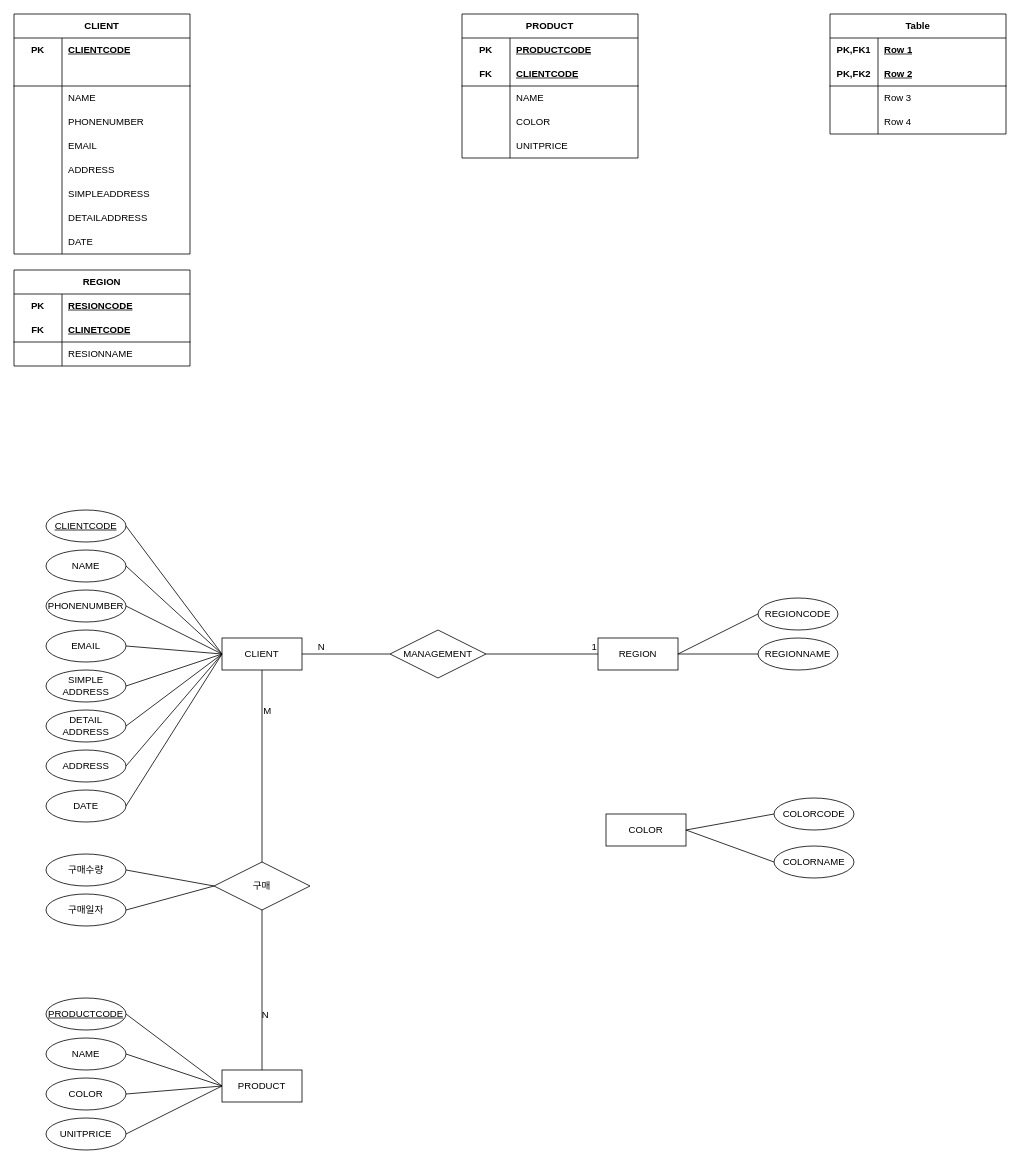
Earlier version of the draw.io diagram online EC platform.drawio (kkcf0123/oracleSource1). Source tidied: cells renumbered, new cells numbered last; positions are measured from the earlier drawing's top-left corner, leaving out a move shared by most shapes. Both pictures are drawn from the tidied source at 80%, with x=0, y=0 at pixel (14, 14).
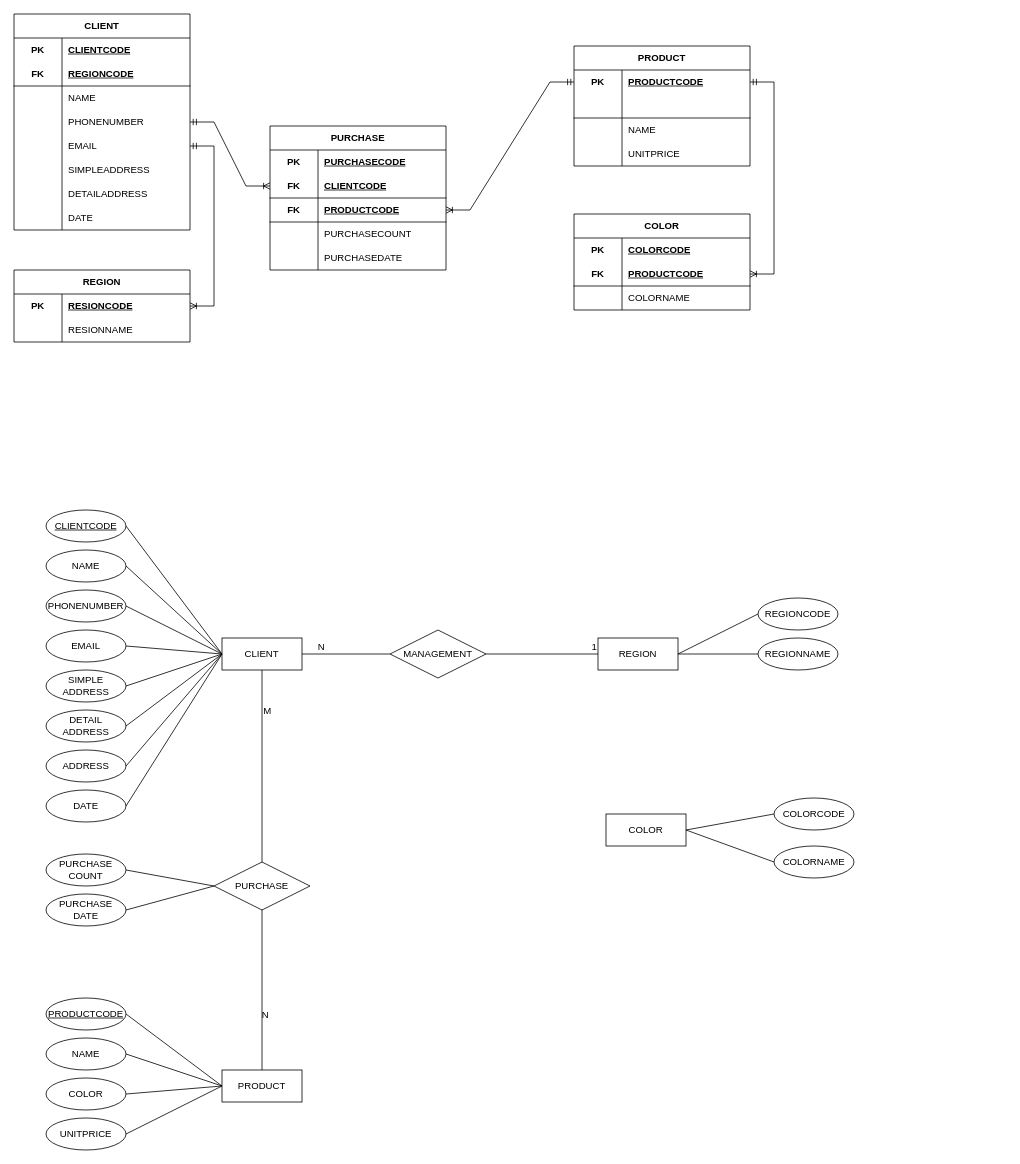
Above is the later version.

The change refers to these unchanged cells:
```xml
<mxCell id="6" style="shape=tableRow;horizontal=0;startSize=0;swimlaneHead=0;swimlaneBody=0;fillColor=none;top=0;left=0;right=0;bottom=1;html=1;" parent="2" vertex="1">
  <mxGeometry y="60" width="220" height="30" as="geometry" />
</mxCell>
<mxCell id="12" style="shape=tableRow;horizontal=0;startSize=0;swimlaneHead=0;swimlaneBody=0;fillColor=none;points=[[0,0.5],[1,0.5]];portConstraint=eastwest;top=0;left=0;right=0;bottom=0;html=1;" parent="2" vertex="1">
  <mxGeometry y="120" width="220" height="30" as="geometry" />
</mxCell>
<mxCell id="15" style="shape=tableRow;horizontal=0;startSize=0;swimlaneHead=0;swimlaneBody=0;fillColor=none;points=[[0,0.5],[1,0.5]];portConstraint=eastwest;top=0;left=0;right=0;bottom=0;html=1;" parent="2" vertex="1">
  <mxGeometry y="150" width="220" height="30" as="geometry" />
</mxCell>
<mxCell id="31" style="shape=tableRow;horizontal=0;startSize=0;swimlaneHead=0;swimlaneBody=0;fillColor=none;points=[[0,0.5],[1,0.5]];portConstraint=eastwest;top=0;left=0;right=0;bottom=0;html=1;" parent="30" vertex="1">
  <mxGeometry y="30" width="220" height="30" as="geometry" />
</mxCell>
<mxCell id="34" style="shape=tableRow;horizontal=0;startSize=0;swimlaneHead=0;swimlaneBody=0;fillColor=none;top=0;left=0;right=0;bottom=1;html=1;" parent="30" vertex="1">
  <mxGeometry y="60" width="220" height="30" as="geometry" />
</mxCell>
<mxCell id="109" style="shape=tableRow;horizontal=0;startSize=0;swimlaneHead=0;swimlaneBody=0;fillColor=none;points=[[0,0.5],[1,0.5]];portConstraint=eastwest;top=0;left=0;right=0;bottom=0;html=1;" parent="108" vertex="1">
  <mxGeometry y="30" width="220" height="30" as="geometry" />
</mxCell>
```

Diff of the diagram source:
```diff
@@
     <mxCell id="2" value="CLIENT" style="shape=table;startSize=30;childLayout=tableLayout;rowLines=0;fontStyle=1;align=center;html=1;whiteSpace=wrap;" parent="1" vertex="1">
-      <mxGeometry width="220" height="300" as="geometry" />
+      <mxGeometry width="220" height="270" as="geometry" />
     </mxCell>
@@
-    <mxCell id="7" style="shape=partialRectangle;fillColor=none;top=0;left=0;bottom=0;right=0;fontStyle=1;overflow=hidden;html=1;whiteSpace=wrap;" parent="6" vertex="1">
+    <mxCell id="7" value="FK" style="shape=partialRectangle;fillColor=none;top=0;left=0;bottom=0;right=0;fontStyle=1;overflow=hidden;html=1;whiteSpace=wrap;" parent="6" vertex="1">
       <mxGeometry width="60" height="30" as="geometry" />
     </mxCell>
-    <mxCell id="8" style="shape=partialRectangle;fillColor=none;top=0;left=0;bottom=0;right=0;align=left;spacingLeft=6;fontStyle=5;overflow=hidden;html=1;whiteSpace=wrap;" parent="6" vertex="1">
+    <mxCell id="8" value="REGIONCODE" style="shape=partialRectangle;fillColor=none;top=0;left=0;bottom=0;right=0;align=left;spacingLeft=6;fontStyle=5;overflow=hidden;html=1;whiteSpace=wrap;" parent="6" vertex="1">
       <mxGeometry x="60" width="160" height="30" as="geometry" />
     </mxCell>
@@
-    <mxCell id="18" style="shape=tableRow;horizontal=0;startSize=0;swimlaneHead=0;swimlaneBody=0;fillColor=none;top=0;left=0;right=0;bottom=0;html=1;" parent="2" vertex="1">
-      <mxGeometry y="180" width="220" height="30" as="geometry" />
-    </mxCell>
-    <mxCell id="19" style="shape=partialRectangle;fillColor=none;top=0;left=0;bottom=0;right=0;overflow=hidden;html=1;whiteSpace=wrap;" parent="18" vertex="1">
-      <mxGeometry width="60" height="30" as="geometry" />
-    </mxCell>
-    <mxCell id="20" value="ADDRESS" style="shape=partialRectangle;fillColor=none;top=0;left=0;bottom=0;right=0;align=left;spacingLeft=6;overflow=hidden;html=1;whiteSpace=wrap;" parent="18" vertex="1">
-      <mxGeometry x="60" width="160" height="30" as="geometry" />
-    </mxCell>
     <mxCell id="21" style="shape=tableRow;horizontal=0;startSize=0;swimlaneHead=0;swimlaneBody=0;fillColor=none;top=0;left=0;right=0;bottom=0;html=1;" parent="2" vertex="1">
-      <mxGeometry y="210" width="220" height="30" as="geometry" />
+      <mxGeometry y="180" width="220" height="30" as="geometry" />
     </mxCell>
@@
     <mxCell id="24" style="shape=tableRow;horizontal=0;startSize=0;swimlaneHead=0;swimlaneBody=0;fillColor=none;top=0;left=0;right=0;bottom=0;html=1;" parent="2" vertex="1">
-      <mxGeometry y="240" width="220" height="30" as="geometry" />
+      <mxGeometry y="210" width="220" height="30" as="geometry" />
     </mxCell>
@@
     <mxCell id="27" style="shape=tableRow;horizontal=0;startSize=0;swimlaneHead=0;swimlaneBody=0;fillColor=none;top=0;left=0;right=0;bottom=0;html=1;" parent="2" vertex="1">
-      <mxGeometry y="270" width="220" height="30" as="geometry" />
+      <mxGeometry y="240" width="220" height="30" as="geometry" />
     </mxCell>
@@
     <mxCell id="30" value="PRODUCT" style="shape=table;startSize=30;childLayout=tableLayout;rowLines=0;fontStyle=1;align=center;html=1;whiteSpace=wrap;" parent="1" vertex="1">
-      <mxGeometry x="560" width="220" height="180" as="geometry" />
+      <mxGeometry x="700" y="40" width="220" height="150" as="geometry" />
     </mxCell>
@@
-    <mxCell id="35" value="FK" style="shape=partialRectangle;fillColor=none;top=0;left=0;bottom=0;right=0;fontStyle=1;overflow=hidden;html=1;whiteSpace=wrap;" parent="34" vertex="1">
+    <mxCell id="35" style="shape=partialRectangle;fillColor=none;top=0;left=0;bottom=0;right=0;fontStyle=1;overflow=hidden;html=1;whiteSpace=wrap;" parent="34" vertex="1">
       <mxGeometry width="60" height="30" as="geometry" />
     </mxCell>
-    <mxCell id="36" value="CLIENTCODE" style="shape=partialRectangle;fillColor=none;top=0;left=0;bottom=0;right=0;align=left;spacingLeft=6;fontStyle=5;overflow=hidden;html=1;whiteSpace=wrap;" parent="34" vertex="1">
+    <mxCell id="36" style="shape=partialRectangle;fillColor=none;top=0;left=0;bottom=0;right=0;align=left;spacingLeft=6;fontStyle=5;overflow=hidden;html=1;whiteSpace=wrap;" parent="34" vertex="1">
       <mxGeometry x="60" width="160" height="30" as="geometry" />
     </mxCell>
@@
-    <mxCell id="40" style="shape=tableRow;horizontal=0;startSize=0;swimlaneHead=0;swimlaneBody=0;fillColor=none;top=0;left=0;right=0;bottom=0;html=1;" parent="30" vertex="1">
-      <mxGeometry y="120" width="220" height="30" as="geometry" />
-    </mxCell>
-    <mxCell id="41" style="shape=partialRectangle;fillColor=none;top=0;left=0;bottom=0;right=0;overflow=hidden;html=1;whiteSpace=wrap;" parent="40" vertex="1">
-      <mxGeometry width="60" height="30" as="geometry" />
-    </mxCell>
-    <mxCell id="42" value="COLOR" style="shape=partialRectangle;fillColor=none;top=0;left=0;bottom=0;right=0;align=left;spacingLeft=6;overflow=hidden;html=1;whiteSpace=wrap;" parent="40" vertex="1">
-      <mxGeometry x="60" width="160" height="30" as="geometry" />
-    </mxCell>
     <mxCell id="43" style="shape=tableRow;horizontal=0;startSize=0;swimlaneHead=0;swimlaneBody=0;fillColor=none;top=0;left=0;right=0;bottom=0;html=1;" parent="30" vertex="1">
-      <mxGeometry y="150" width="220" height="30" as="geometry" />
+      <mxGeometry y="120" width="220" height="30" as="geometry" />
     </mxCell>
@@
-    <mxCell id="46" value="Table" style="shape=table;startSize=30;childLayout=tableLayout;rowLines=0;fontStyle=1;align=center;html=1;whiteSpace=wrap;" parent="1" vertex="1">
-      <mxGeometry x="1020" width="220" height="150" as="geometry" />
-    </mxCell>
-    <mxCell id="47" style="shape=tableRow;horizontal=0;startSize=0;swimlaneHead=0;swimlaneBody=0;fillColor=none;top=0;left=0;right=0;bottom=0;html=1;" parent="46" vertex="1">
-      <mxGeometry y="30" width="220" height="30" as="geometry" />
-    </mxCell>
-    <mxCell id="48" value="PK,FK1" style="shape=partialRectangle;fillColor=none;top=0;left=0;bottom=0;right=0;fontStyle=1;overflow=hidden;html=1;whiteSpace=wrap;" parent="47" vertex="1">
-      <mxGeometry width="60" height="30" as="geometry" />
-    </mxCell>
-    <mxCell id="49" value="Row 1" style="shape=partialRectangle;fillColor=none;top=0;left=0;bottom=0;right=0;align=left;spacingLeft=6;fontStyle=5;overflow=hidden;html=1;whiteSpace=wrap;" parent="47" vertex="1">
-      <mxGeometry x="60" width="160" height="30" as="geometry" />
-    </mxCell>
-    <mxCell id="50" style="shape=tableRow;horizontal=0;startSize=0;swimlaneHead=0;swimlaneBody=0;fillColor=none;top=0;left=0;right=0;bottom=1;html=1;" parent="46" vertex="1">
-      <mxGeometry y="60" width="220" height="30" as="geometry" />
-    </mxCell>
-    <mxCell id="51" value="PK,FK2" style="shape=partialRectangle;fillColor=none;top=0;left=0;bottom=0;right=0;fontStyle=1;overflow=hidden;html=1;whiteSpace=wrap;" parent="50" vertex="1">
-      <mxGeometry width="60" height="30" as="geometry" />
-    </mxCell>
-    <mxCell id="52" value="Row 2" style="shape=partialRectangle;fillColor=none;top=0;left=0;bottom=0;right=0;align=left;spacingLeft=6;fontStyle=5;overflow=hidden;html=1;whiteSpace=wrap;" parent="50" vertex="1">
-      <mxGeometry x="60" width="160" height="30" as="geometry" />
-    </mxCell>
-    <mxCell id="53" style="shape=tableRow;horizontal=0;startSize=0;swimlaneHead=0;swimlaneBody=0;fillColor=none;top=0;left=0;right=0;bottom=0;html=1;" parent="46" vertex="1">
-      <mxGeometry y="90" width="220" height="30" as="geometry" />
-    </mxCell>
-    <mxCell id="54" style="shape=partialRectangle;fillColor=none;top=0;left=0;bottom=0;right=0;overflow=hidden;html=1;whiteSpace=wrap;" parent="53" vertex="1">
-      <mxGeometry width="60" height="30" as="geometry" />
-    </mxCell>
-    <mxCell id="55" value="Row 3" style="shape=partialRectangle;fillColor=none;top=0;left=0;bottom=0;right=0;align=left;spacingLeft=6;overflow=hidden;html=1;whiteSpace=wrap;" parent="53" vertex="1">
-      <mxGeometry x="60" width="160" height="30" as="geometry" />
-    </mxCell>
-    <mxCell id="56" style="shape=tableRow;horizontal=0;startSize=0;swimlaneHead=0;swimlaneBody=0;fillColor=none;top=0;left=0;right=0;bottom=0;html=1;" parent="46" vertex="1">
-      <mxGeometry y="120" width="220" height="30" as="geometry" />
-    </mxCell>
-    <mxCell id="57" style="shape=partialRectangle;fillColor=none;top=0;left=0;bottom=0;right=0;overflow=hidden;html=1;whiteSpace=wrap;" parent="56" vertex="1">
-      <mxGeometry width="60" height="30" as="geometry" />
-    </mxCell>
-    <mxCell id="58" value="Row 4" style="shape=partialRectangle;fillColor=none;top=0;left=0;bottom=0;right=0;align=left;spacingLeft=6;overflow=hidden;html=1;whiteSpace=wrap;" parent="56" vertex="1">
-      <mxGeometry x="60" width="160" height="30" as="geometry" />
-    </mxCell>
@@
-    <mxCell id="103" value="구매" style="shape=rhombus;perimeter=rhombusPerimeter;whiteSpace=wrap;html=1;align=center;" parent="1" vertex="1">
+    <mxCell id="103" value="PURCHASE" style="shape=rhombus;perimeter=rhombusPerimeter;whiteSpace=wrap;html=1;align=center;" parent="1" vertex="1">
       <mxGeometry x="250" y="1060" width="120" height="60" as="geometry" />
     </mxCell>
-    <mxCell id="104" value="구매일자" style="ellipse;whiteSpace=wrap;html=1;align=center;" parent="1" vertex="1">
+    <mxCell id="104" value="PURCHASE&lt;br&gt;DATE" style="ellipse;whiteSpace=wrap;html=1;align=center;" parent="1" vertex="1">
       <mxGeometry x="40" y="1100" width="100" height="40" as="geometry" />
     </mxCell>
-    <mxCell id="105" value="구매수량" style="ellipse;whiteSpace=wrap;html=1;align=center;" parent="1" vertex="1">
+    <mxCell id="105" value="PURCHASE&lt;br&gt;COUNT" style="ellipse;whiteSpace=wrap;html=1;align=center;" parent="1" vertex="1">
       <mxGeometry x="40" y="1050" width="100" height="40" as="geometry" />
     </mxCell>
@@
     <mxCell id="108" value="REGION" style="shape=table;startSize=30;childLayout=tableLayout;rowLines=0;fontStyle=1;align=center;html=1;whiteSpace=wrap;" parent="1" vertex="1">
-      <mxGeometry y="320" width="220" height="120" as="geometry" />
+      <mxGeometry y="320" width="220" height="90" as="geometry" />
     </mxCell>
@@
-    <mxCell id="112" style="shape=tableRow;horizontal=0;startSize=0;swimlaneHead=0;swimlaneBody=0;fillColor=none;top=0;left=0;right=0;bottom=1;html=1;" parent="108" vertex="1">
-      <mxGeometry y="60" width="220" height="30" as="geometry" />
-    </mxCell>
-    <mxCell id="113" value="FK" style="shape=partialRectangle;fillColor=none;top=0;left=0;bottom=0;right=0;fontStyle=1;overflow=hidden;html=1;whiteSpace=wrap;" parent="112" vertex="1">
-      <mxGeometry width="60" height="30" as="geometry" />
-    </mxCell>
-    <mxCell id="114" value="CLINETCODE" style="shape=partialRectangle;fillColor=none;top=0;left=0;bottom=0;right=0;align=left;spacingLeft=6;fontStyle=5;overflow=hidden;html=1;whiteSpace=wrap;" parent="112" vertex="1">
-      <mxGeometry x="60" width="160" height="30" as="geometry" />
-    </mxCell>
     <mxCell id="115" style="shape=tableRow;horizontal=0;startSize=0;swimlaneHead=0;swimlaneBody=0;fillColor=none;top=0;left=0;right=0;bottom=0;html=1;" parent="108" vertex="1">
-      <mxGeometry y="90" width="220" height="30" as="geometry" />
+      <mxGeometry y="60" width="220" height="30" as="geometry" />
     </mxCell>
@@
+    <mxCell id="42" value="COLOR" style="shape=table;startSize=30;childLayout=tableLayout;rowLines=0;fontStyle=1;align=center;html=1;whiteSpace=wrap;" parent="1" vertex="1">
+      <mxGeometry x="700" y="250" width="220" height="120" as="geometry" />
+    </mxCell>
+    <mxCell id="118" style="shape=tableRow;horizontal=0;startSize=0;swimlaneHead=0;swimlaneBody=0;fillColor=none;top=0;left=0;right=0;bottom=0;html=1;" parent="42" vertex="1">
+      <mxGeometry y="30" width="220" height="30" as="geometry" />
+    </mxCell>
+    <mxCell id="119" value="PK" style="shape=partialRectangle;fillColor=none;top=0;left=0;bottom=0;right=0;fontStyle=1;overflow=hidden;html=1;whiteSpace=wrap;" parent="118" vertex="1">
+      <mxGeometry width="60" height="30" as="geometry" />
+    </mxCell>
+    <mxCell id="120" value="COLORCODE" style="shape=partialRectangle;fillColor=none;top=0;left=0;bottom=0;right=0;align=left;spacingLeft=6;fontStyle=5;overflow=hidden;html=1;whiteSpace=wrap;" parent="118" vertex="1">
+      <mxGeometry x="60" width="160" height="30" as="geometry" />
+    </mxCell>
+    <mxCell id="121" style="shape=tableRow;horizontal=0;startSize=0;swimlaneHead=0;swimlaneBody=0;fillColor=none;points=[[0,0.5],[1,0.5]];portConstraint=eastwest;top=0;left=0;right=0;bottom=1;html=1;" parent="42" vertex="1">
+      <mxGeometry y="60" width="220" height="30" as="geometry" />
+    </mxCell>
+    <mxCell id="122" value="FK" style="shape=partialRectangle;fillColor=none;top=0;left=0;bottom=0;right=0;fontStyle=1;overflow=hidden;html=1;whiteSpace=wrap;" parent="121" vertex="1">
+      <mxGeometry width="60" height="30" as="geometry" />
+    </mxCell>
+    <mxCell id="123" value="PRODUCTCODE" style="shape=partialRectangle;fillColor=none;top=0;left=0;bottom=0;right=0;align=left;spacingLeft=6;fontStyle=5;overflow=hidden;html=1;whiteSpace=wrap;" parent="121" vertex="1">
+      <mxGeometry x="60" width="160" height="30" as="geometry" />
+    </mxCell>
+    <mxCell id="53" style="shape=tableRow;horizontal=0;startSize=0;swimlaneHead=0;swimlaneBody=0;fillColor=none;top=0;left=0;right=0;bottom=0;html=1;" parent="42" vertex="1">
+      <mxGeometry y="90" width="220" height="30" as="geometry" />
+    </mxCell>
+    <mxCell id="124" style="shape=partialRectangle;fillColor=none;top=0;left=0;bottom=0;right=0;overflow=hidden;html=1;whiteSpace=wrap;" parent="53" vertex="1">
+      <mxGeometry width="60" height="30" as="geometry" />
+    </mxCell>
+    <mxCell id="125" value="COLORNAME" style="shape=partialRectangle;fillColor=none;top=0;left=0;bottom=0;right=0;align=left;spacingLeft=6;overflow=hidden;html=1;whiteSpace=wrap;" parent="53" vertex="1">
+      <mxGeometry x="60" width="160" height="30" as="geometry" />
+    </mxCell>
+    <mxCell id="126" value="PURCHASE" style="shape=table;startSize=30;childLayout=tableLayout;rowLines=0;fontStyle=1;align=center;html=1;whiteSpace=wrap;" parent="1" vertex="1">
+      <mxGeometry x="320" y="140" width="220" height="180" as="geometry" />
+    </mxCell>
+    <mxCell id="127" style="shape=tableRow;horizontal=0;startSize=0;swimlaneHead=0;swimlaneBody=0;fillColor=none;top=0;left=0;right=0;bottom=0;html=1;" parent="126" vertex="1">
+      <mxGeometry y="30" width="220" height="30" as="geometry" />
+    </mxCell>
+    <mxCell id="128" value="PK" style="shape=partialRectangle;fillColor=none;top=0;left=0;bottom=0;right=0;fontStyle=1;overflow=hidden;html=1;whiteSpace=wrap;" parent="127" vertex="1">
+      <mxGeometry width="60" height="30" as="geometry" />
+    </mxCell>
+    <mxCell id="129" value="PURCHASECODE" style="shape=partialRectangle;fillColor=none;top=0;left=0;bottom=0;right=0;align=left;spacingLeft=6;fontStyle=5;overflow=hidden;html=1;whiteSpace=wrap;" parent="127" vertex="1">
+      <mxGeometry x="60" width="160" height="30" as="geometry" />
+    </mxCell>
+    <mxCell id="130" style="shape=tableRow;horizontal=0;startSize=0;swimlaneHead=0;swimlaneBody=0;fillColor=none;points=[[0,0.5],[1,0.5]];portConstraint=eastwest;top=0;left=0;right=0;bottom=1;html=1;" parent="126" vertex="1">
+      <mxGeometry y="60" width="220" height="30" as="geometry" />
+    </mxCell>
+    <mxCell id="131" value="FK" style="shape=partialRectangle;fillColor=none;top=0;left=0;bottom=0;right=0;fontStyle=1;overflow=hidden;html=1;whiteSpace=wrap;" parent="130" vertex="1">
+      <mxGeometry width="60" height="30" as="geometry" />
+    </mxCell>
+    <mxCell id="132" value="CLIENTCODE" style="shape=partialRectangle;fillColor=none;top=0;left=0;bottom=0;right=0;align=left;spacingLeft=6;fontStyle=5;overflow=hidden;html=1;whiteSpace=wrap;" parent="130" vertex="1">
+      <mxGeometry x="60" width="160" height="30" as="geometry" />
+    </mxCell>
+    <mxCell id="133" style="shape=tableRow;horizontal=0;startSize=0;swimlaneHead=0;swimlaneBody=0;fillColor=none;points=[[0,0.5],[1,0.5]];portConstraint=eastwest;top=0;left=0;right=0;bottom=1;html=1;" parent="126" vertex="1">
+      <mxGeometry y="90" width="220" height="30" as="geometry" />
+    </mxCell>
+    <mxCell id="134" value="FK" style="shape=partialRectangle;fillColor=none;top=0;left=0;bottom=0;right=0;fontStyle=1;overflow=hidden;html=1;whiteSpace=wrap;" parent="133" vertex="1">
+      <mxGeometry width="60" height="30" as="geometry" />
+    </mxCell>
+    <mxCell id="135" value="PRODUCTCODE" style="shape=partialRectangle;fillColor=none;top=0;left=0;bottom=0;right=0;align=left;spacingLeft=6;fontStyle=5;overflow=hidden;html=1;whiteSpace=wrap;" parent="133" vertex="1">
+      <mxGeometry x="60" width="160" height="30" as="geometry" />
+    </mxCell>
+    <mxCell id="136" style="shape=tableRow;horizontal=0;startSize=0;swimlaneHead=0;swimlaneBody=0;fillColor=none;top=0;left=0;right=0;bottom=0;html=1;" parent="126" vertex="1">
+      <mxGeometry y="120" width="220" height="30" as="geometry" />
+    </mxCell>
+    <mxCell id="137" style="shape=partialRectangle;fillColor=none;top=0;left=0;bottom=0;right=0;overflow=hidden;html=1;whiteSpace=wrap;" parent="136" vertex="1">
+      <mxGeometry width="60" height="30" as="geometry" />
+    </mxCell>
+    <mxCell id="138" value="PURCHASECOUNT" style="shape=partialRectangle;fillColor=none;top=0;left=0;bottom=0;right=0;align=left;spacingLeft=6;overflow=hidden;html=1;whiteSpace=wrap;" parent="136" vertex="1">
+      <mxGeometry x="60" width="160" height="30" as="geometry" />
+    </mxCell>
+    <mxCell id="139" style="shape=tableRow;horizontal=0;startSize=0;swimlaneHead=0;swimlaneBody=0;fillColor=none;top=0;left=0;right=0;bottom=0;html=1;" parent="126" vertex="1">
+      <mxGeometry y="150" width="220" height="30" as="geometry" />
+    </mxCell>
+    <mxCell id="140" style="shape=partialRectangle;fillColor=none;top=0;left=0;bottom=0;right=0;overflow=hidden;html=1;whiteSpace=wrap;" parent="139" vertex="1">
+      <mxGeometry width="60" height="30" as="geometry" />
+    </mxCell>
+    <mxCell id="141" value="PURCHASEDATE" style="shape=partialRectangle;fillColor=none;top=0;left=0;bottom=0;right=0;align=left;spacingLeft=6;overflow=hidden;html=1;whiteSpace=wrap;" parent="139" vertex="1">
+      <mxGeometry x="60" width="160" height="30" as="geometry" />
+    </mxCell>
+    <mxCell id="142" style="edgeStyle=entityRelationEdgeStyle;fontSize=12;html=1;endArrow=ERoneToMany;startArrow=ERmandOne;rounded=0;exitX=1;exitY=0.5;exitDx=0;exitDy=0;entryX=1;entryY=0.5;entryDx=0;entryDy=0;" parent="1" edge="1" source="15" target="109">
+      <mxGeometry relative="1" as="geometry" />
+    </mxCell>
+    <mxCell id="143" style="edgeStyle=entityRelationEdgeStyle;fontSize=12;html=1;endArrow=ERoneToMany;startArrow=ERmandOne;rounded=0;exitX=1;exitY=0.5;exitDx=0;exitDy=0;entryX=0;entryY=0.5;entryDx=0;entryDy=0;" parent="1" edge="1" source="12" target="130">
+      <mxGeometry relative="1" as="geometry" />
+    </mxCell>
+    <mxCell id="144" style="edgeStyle=entityRelationEdgeStyle;fontSize=12;html=1;endArrow=ERoneToMany;startArrow=ERmandOne;rounded=0;exitX=1;exitY=0.5;exitDx=0;exitDy=0;entryX=1;entryY=0.5;entryDx=0;entryDy=0;" parent="1" edge="1" source="31" target="121">
+      <mxGeometry relative="1" as="geometry">
+        <Array as="points">
+          <mxPoint x="980" y="540" />
+        </Array>
+      </mxGeometry>
+    </mxCell>
+    <mxCell id="145" style="edgeStyle=entityRelationEdgeStyle;fontSize=12;html=1;endArrow=ERoneToMany;startArrow=ERmandOne;rounded=0;exitX=0;exitY=0.5;exitDx=0;exitDy=0;entryX=1;entryY=0.5;entryDx=0;entryDy=0;" parent="1" edge="1" source="31" target="133">
+      <mxGeometry relative="1" as="geometry">
+        <Array as="points">
+          <mxPoint x="910" y="655" />
+          <mxPoint x="810" y="340" />
+          <mxPoint x="850" y="280" />
+          <mxPoint x="900" y="210" />
+          <mxPoint x="930" y="120" />
+        </Array>
+      </mxGeometry>
+    </mxCell>
```
